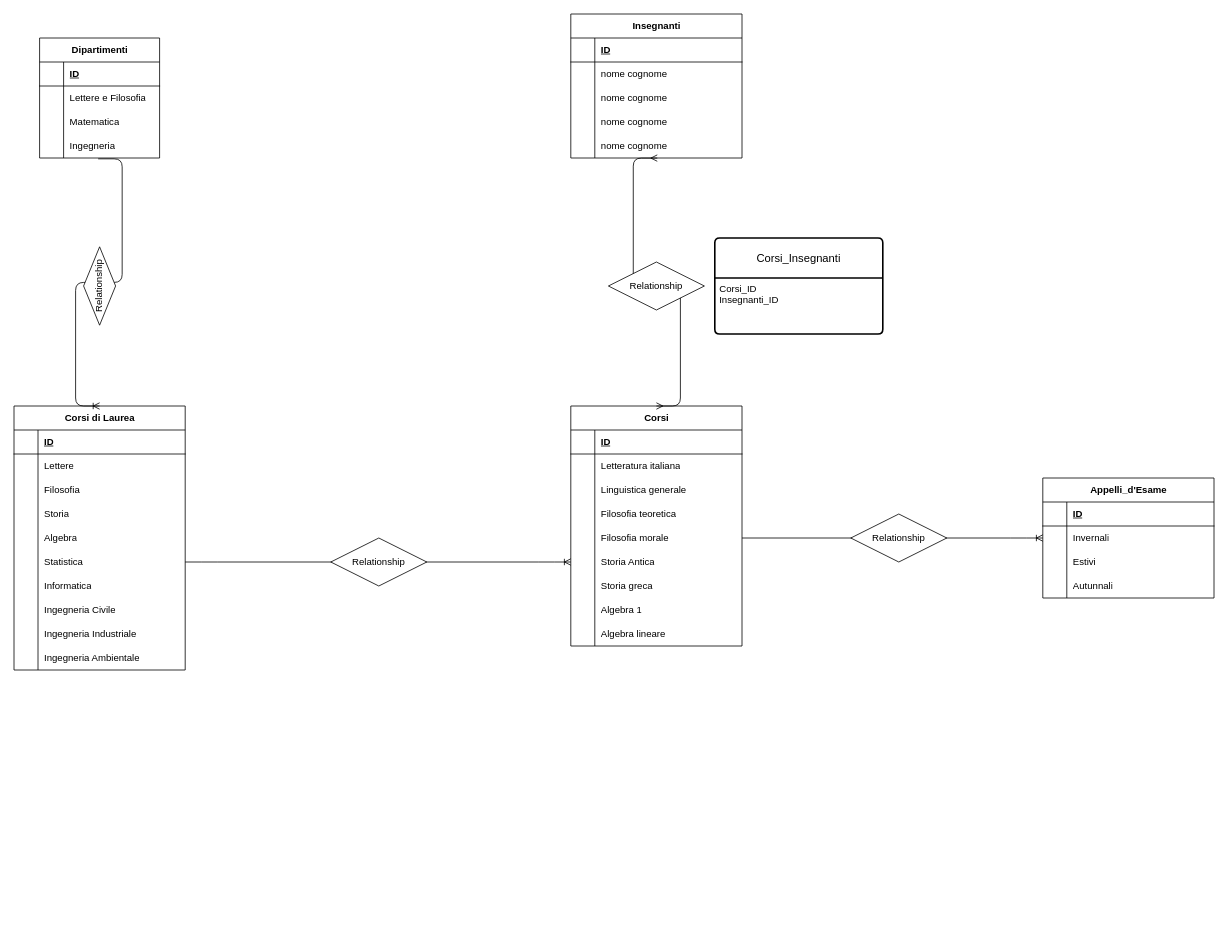
Above: diagram.drawio in diegotosato/db-university (draw.io), before the change. Source tidied: cells renumbered, new cells numbered last; positions are measured from the earlier drawing's top-left corner, leaving out a move shared by most shapes. Both pictures are drawn from the tidied source at 80%, with x=0, y=0 at pixel (14, 14).
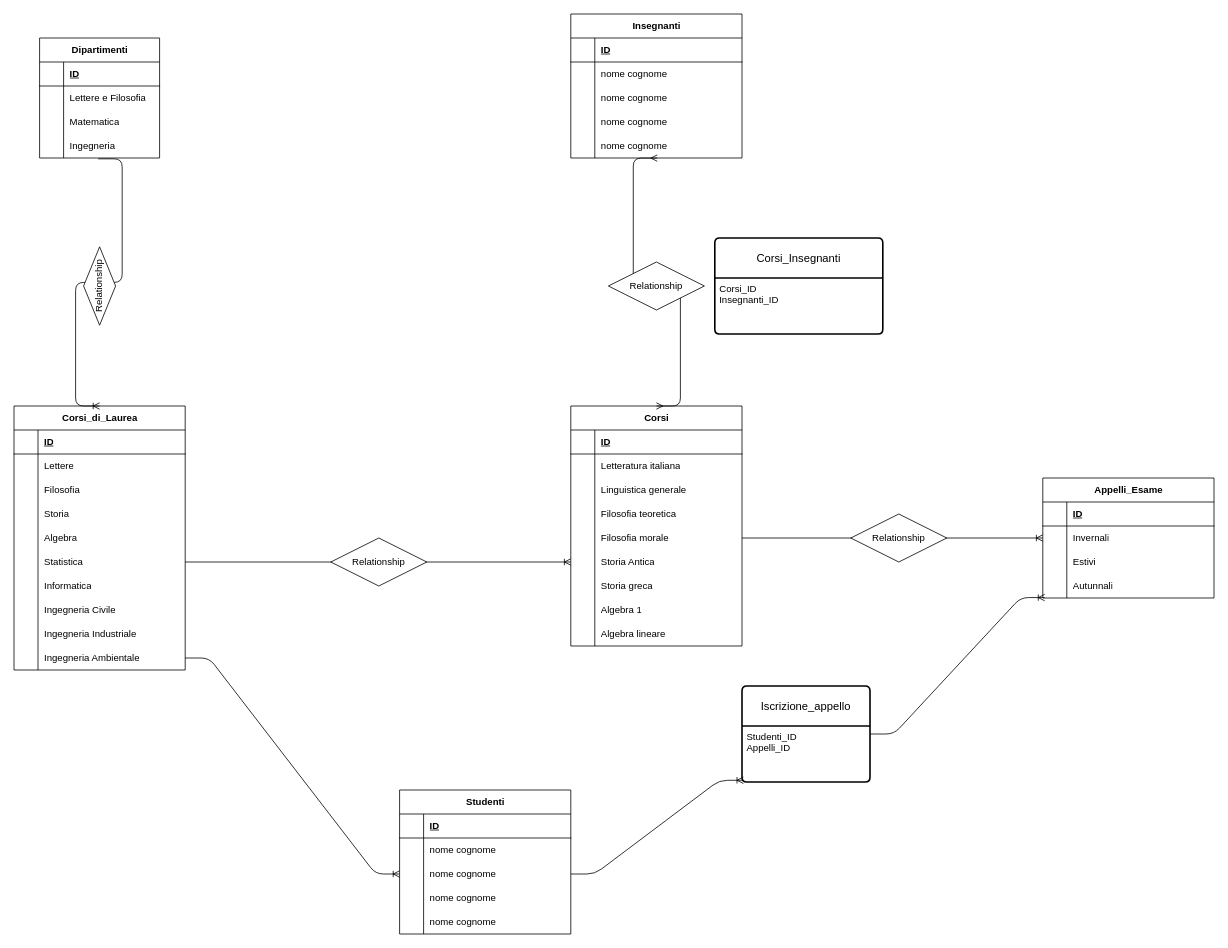
After the change.

Commit message:
Update diagram to adjust dimensions and add entities for students and exam registrations

Unchanged cells that the change refers to:
```xml
<mxCell id="43" style="shape=tableRow;horizontal=0;startSize=0;swimlaneHead=0;swimlaneBody=0;fillColor=none;points=[[0,0.5],[1,0.5]];portConstraint=eastwest;top=0;left=0;right=0;bottom=0;" parent="15" vertex="1">
  <mxGeometry y="300" width="214" height="30" as="geometry" />
</mxCell>
<mxCell id="104" style="shape=tableRow;horizontal=0;startSize=0;swimlaneHead=0;swimlaneBody=0;fillColor=none;points=[[0,0.5],[1,0.5]];portConstraint=eastwest;top=0;left=0;right=0;bottom=0;" parent="94" vertex="1">
  <mxGeometry y="120" width="214" height="30" as="geometry" />
</mxCell>
```

Change to the diagram source:
```diff
@@
-    <mxCell id="15" value="Corsi di Laurea" style="shape=table;startSize=30;childLayout=tableLayout;rowLines=0;fontStyle=1;align=center;html=1;" parent="1" vertex="1">
+    <mxCell id="15" value="Corsi_di_Laurea" style="shape=table;startSize=30;childLayout=tableLayout;rowLines=0;fontStyle=1;align=center;html=1;" parent="1" vertex="1">
       <mxGeometry y="490" width="214" height="330" as="geometry" />
     </mxCell>
@@
-    <mxCell id="94" value="Appelli_d'Esame" style="shape=table;startSize=30;childLayout=tableLayout;rowLines=0;fontStyle=1;align=center;html=1;" parent="1" vertex="1">
+    <mxCell id="94" value="Appelli_Esame" style="shape=table;startSize=30;childLayout=tableLayout;rowLines=0;fontStyle=1;align=center;html=1;" parent="1" vertex="1">
       <mxGeometry x="1286" y="580" width="214" height="150" as="geometry" />
     </mxCell>
@@
+    <mxCell id="113" value="Studenti" style="shape=table;startSize=30;childLayout=tableLayout;rowLines=0;fontStyle=1;align=center;html=1;" parent="1" vertex="1">
+      <mxGeometry x="482" y="970" width="214" height="180" as="geometry" />
+    </mxCell>
+    <mxCell id="114" style="shape=tableRow;horizontal=0;startSize=0;swimlaneHead=0;swimlaneBody=0;fillColor=none;top=0;left=0;right=0;bottom=1;" parent="113" vertex="1">
+      <mxGeometry y="30" width="214" height="30" as="geometry" />
+    </mxCell>
+    <mxCell id="115" style="shape=partialRectangle;fillColor=none;top=0;left=0;bottom=0;right=0;fontStyle=1;overflow=hidden;whiteSpace=wrap;html=1;" parent="114" vertex="1">
+      <mxGeometry width="30" height="30" as="geometry" />
+    </mxCell>
+    <mxCell id="116" value="ID" style="shape=partialRectangle;fillColor=none;top=0;left=0;bottom=0;right=0;align=left;spacingLeft=6;fontStyle=5;overflow=hidden;whiteSpace=wrap;html=1;" parent="114" vertex="1">
+      <mxGeometry x="30" width="184" height="30" as="geometry" />
+    </mxCell>
+    <mxCell id="117" style="shape=tableRow;horizontal=0;startSize=0;swimlaneHead=0;swimlaneBody=0;fillColor=none;top=0;left=0;right=0;bottom=0;" parent="113" vertex="1">
+      <mxGeometry y="60" width="214" height="30" as="geometry" />
+    </mxCell>
+    <mxCell id="118" style="shape=partialRectangle;fillColor=none;top=0;left=0;bottom=0;right=0;overflow=hidden;whiteSpace=wrap;html=1;" parent="117" vertex="1">
+      <mxGeometry width="30" height="30" as="geometry" />
+    </mxCell>
+    <mxCell id="119" value="nome cognome" style="shape=partialRectangle;fillColor=none;top=0;left=0;bottom=0;right=0;align=left;spacingLeft=6;overflow=hidden;whiteSpace=wrap;html=1;" parent="117" vertex="1">
+      <mxGeometry x="30" width="184" height="30" as="geometry" />
+    </mxCell>
+    <mxCell id="120" style="shape=tableRow;horizontal=0;startSize=0;swimlaneHead=0;swimlaneBody=0;fillColor=none;points=[[0,0.5],[1,0.5]];portConstraint=eastwest;top=0;left=0;right=0;bottom=0;" parent="113" vertex="1">
+      <mxGeometry y="90" width="214" height="30" as="geometry" />
+    </mxCell>
+    <mxCell id="121" style="shape=partialRectangle;fillColor=none;top=0;left=0;bottom=0;right=0;overflow=hidden;whiteSpace=wrap;html=1;" parent="120" vertex="1">
+      <mxGeometry width="30" height="30" as="geometry" />
+    </mxCell>
+    <mxCell id="122" value="nome cognome" style="shape=partialRectangle;fillColor=none;top=0;left=0;bottom=0;right=0;align=left;spacingLeft=6;overflow=hidden;whiteSpace=wrap;html=1;" parent="120" vertex="1">
+      <mxGeometry x="30" width="184" height="30" as="geometry" />
+    </mxCell>
+    <mxCell id="123" style="shape=tableRow;horizontal=0;startSize=0;swimlaneHead=0;swimlaneBody=0;fillColor=none;top=0;left=0;right=0;bottom=0;" parent="113" vertex="1">
+      <mxGeometry y="120" width="214" height="30" as="geometry" />
+    </mxCell>
+    <mxCell id="124" style="shape=partialRectangle;fillColor=none;top=0;left=0;bottom=0;right=0;overflow=hidden;whiteSpace=wrap;html=1;" parent="123" vertex="1">
+      <mxGeometry width="30" height="30" as="geometry" />
+    </mxCell>
+    <mxCell id="125" value="nome cognome" style="shape=partialRectangle;fillColor=none;top=0;left=0;bottom=0;right=0;align=left;spacingLeft=6;overflow=hidden;whiteSpace=wrap;html=1;" parent="123" vertex="1">
+      <mxGeometry x="30" width="184" height="30" as="geometry" />
+    </mxCell>
+    <mxCell id="126" style="shape=tableRow;horizontal=0;startSize=0;swimlaneHead=0;swimlaneBody=0;fillColor=none;top=0;left=0;right=0;bottom=0;" parent="113" vertex="1">
+      <mxGeometry y="150" width="214" height="30" as="geometry" />
+    </mxCell>
+    <mxCell id="127" style="shape=partialRectangle;fillColor=none;top=0;left=0;bottom=0;right=0;overflow=hidden;whiteSpace=wrap;html=1;" parent="126" vertex="1">
+      <mxGeometry width="30" height="30" as="geometry" />
+    </mxCell>
+    <mxCell id="128" value="nome cognome" style="shape=partialRectangle;fillColor=none;top=0;left=0;bottom=0;right=0;align=left;spacingLeft=6;overflow=hidden;whiteSpace=wrap;html=1;" parent="126" vertex="1">
+      <mxGeometry x="30" width="184" height="30" as="geometry" />
+    </mxCell>
+    <mxCell id="129" style="edgeStyle=entityRelationEdgeStyle;fontSize=12;html=1;endArrow=ERoneToMany;exitX=1;exitY=0.5;exitDx=0;exitDy=0;entryX=0.011;entryY=0.982;entryDx=0;entryDy=0;entryPerimeter=0;" parent="1" edge="1" source="131" target="104">
+      <mxGeometry relative="1" as="geometry">
+        <Array as="points">
+          <mxPoint x="846" y="970" />
+          <mxPoint x="1496" y="670" />
+        </Array>
+      </mxGeometry>
+    </mxCell>
+    <mxCell id="130" style="edgeStyle=entityRelationEdgeStyle;fontSize=12;html=1;endArrow=ERoneToMany;exitX=1;exitY=0.5;exitDx=0;exitDy=0;entryX=0.011;entryY=0.982;entryDx=0;entryDy=0;entryPerimeter=0;" parent="1" edge="1" source="120" target="131">
+      <mxGeometry relative="1" as="geometry" />
+    </mxCell>
+    <mxCell id="131" value="Iscrizione_appello" style="swimlane;horizontal=1;startSize=50;rounded=1;fontSize=14;fontStyle=0;strokeWidth=2;shadow=0;dashed=0;align=center;arcSize=4;whiteSpace=wrap;html=1;" parent="1" vertex="1">
+      <mxGeometry x="910" y="840" width="160" height="120" as="geometry" />
+    </mxCell>
+    <mxCell id="132" value="Studenti_ID&lt;br&gt;Appelli_ID" style="align=left;strokeColor=none;fillColor=none;spacingLeft=4;fontSize=12;verticalAlign=top;html=1;" parent="131" vertex="1">
+      <mxGeometry y="50" width="160" height="70" as="geometry" />
+    </mxCell>
+    <mxCell id="133" style="edgeStyle=entityRelationEdgeStyle;fontSize=12;html=1;endArrow=ERoneToMany;exitX=1;exitY=0.5;exitDx=0;exitDy=0;entryX=0;entryY=0.5;entryDx=0;entryDy=0;" parent="1" edge="1" source="43" target="120">
+      <mxGeometry relative="1" as="geometry" />
+    </mxCell>
```
